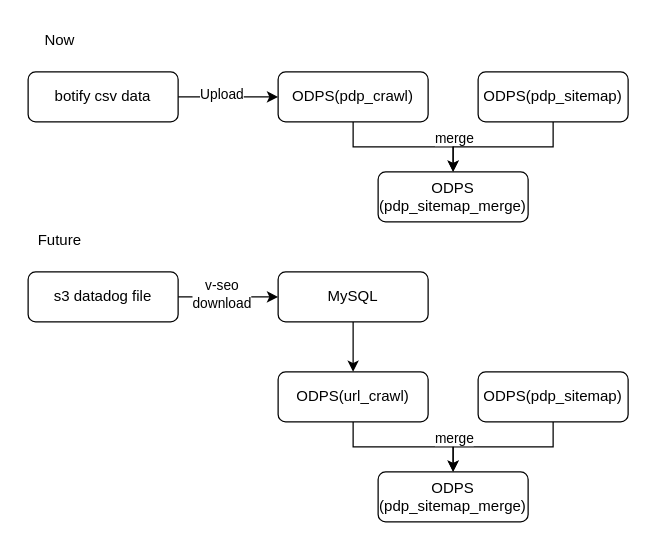
The draw.io diagram drawio/pdp_sitemap.drawio in VisableHarry/seo-drawio, before the edit. Source tidied: cells renumbered, new cells numbered last; positions are measured from the earlier drawing's top-left corner, leaving out a move shared by most shapes. Both pictures are drawn from the tidied source at 125%, with x=0, y=0 at pixel (21, 21).
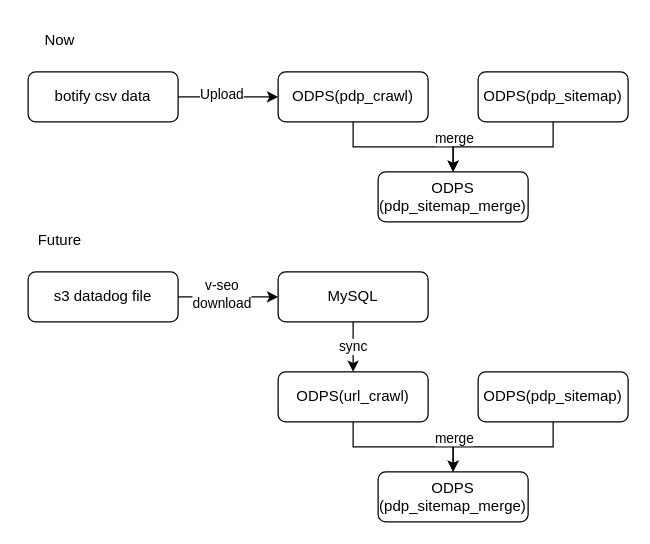
The same page after the edit.

The change refers to these unchanged cells:
```xml
<mxCell id="15" value="MySQL" style="rounded=1;whiteSpace=wrap;html=1;" parent="1" vertex="1">
  <mxGeometry x="205" y="200" width="120" height="40" as="geometry" />
</mxCell>
<mxCell id="23" value="ODPS(url_crawl)" style="rounded=1;whiteSpace=wrap;html=1;" parent="1" vertex="1">
  <mxGeometry x="205" y="280" width="120" height="40" as="geometry" />
</mxCell>
```

Diff of the diagram source:
```diff
@@
-    <mxCell id="14" style="edgeStyle=orthogonalEdgeStyle;rounded=0;jettySize=auto;html=1;exitX=0.5;exitY=1;exitDx=0;exitDy=0;entryX=0.5;entryY=0;entryDx=0;entryDy=0;" parent="1" edge="1" source="15" target="23">
+    <mxCell id="14" value="sync" style="edgeStyle=orthogonalEdgeStyle;rounded=0;jettySize=auto;html=1;exitX=0.5;exitY=1;exitDx=0;exitDy=0;entryX=0.5;entryY=0;entryDx=0;entryDy=0;" parent="1" edge="1" source="15" target="23">
       <mxGeometry relative="1" as="geometry" />
     </mxCell>
```
